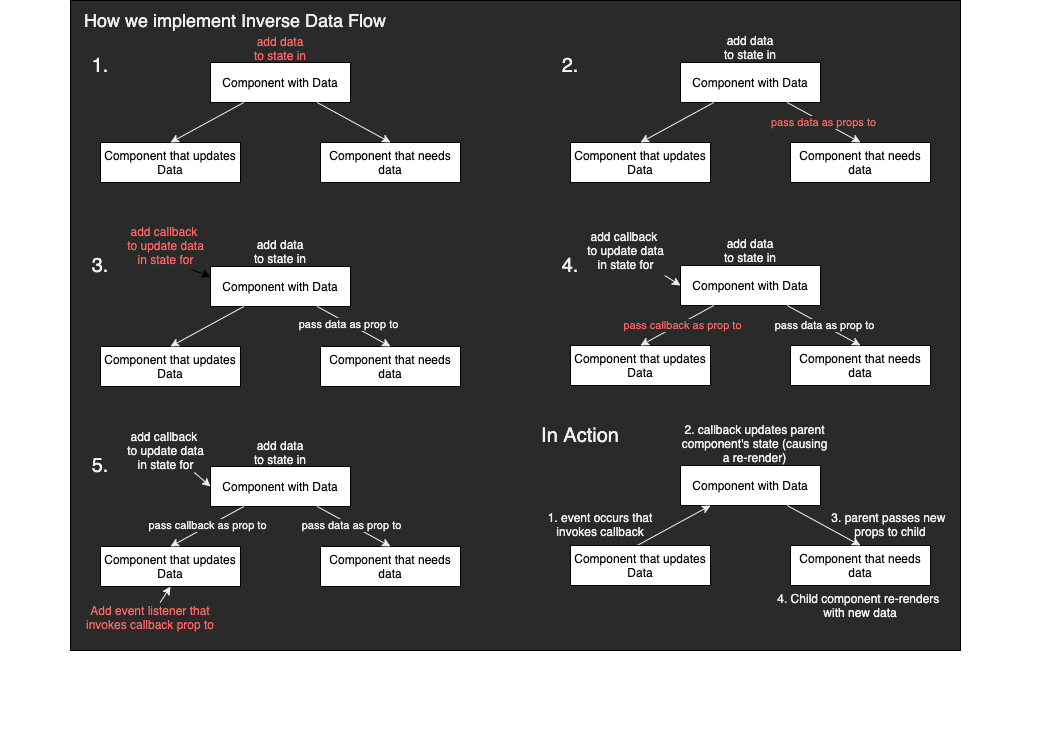
learn-co-students/SENG-LIVE-013122-phase-2 keeps this draw.io diagram as assets/react-inverse-data-flow-diagram.png. Above is the earlier version. Source tidied: cells renumbered, new cells last; positions are measured from the earlier drawing's top-left corner, leaving out a move shared by most shapes. Its diagram source:
```xml
<mxGraphModel>
  <root>
    <mxCell id="0" />
    <mxCell id="1" value="Beneath" parent="0" />
    <mxCell id="2" style="rounded=0;whiteSpace=wrap;html=1;fontSize=22;fillColor=#2A2A2A;" parent="1" vertex="1">
      <mxGeometry x="70" width="890" height="650" as="geometry" />
    </mxCell>
    <mxCell id="3" style="edgeStyle=none;html=1;fontColor=#FF6666;entryX=0;entryY=0.5;entryDx=0;entryDy=0;strokeColor=#F0F0F0;" parent="1" edge="1" target="52">
      <mxGeometry relative="1" as="geometry">
        <mxPoint x="193.8" y="472" as="sourcePoint" />
      </mxGeometry>
    </mxCell>
    <mxCell id="4" value="&lt;font color=&quot;#f0f0f0&quot;&gt;How we implement Inverse Data Flow&lt;/font&gt;" style="text;html=1;strokeColor=none;fillColor=none;align=center;verticalAlign=middle;whiteSpace=wrap;rounded=0;fontSize=18;fontColor=#000000;" parent="1" vertex="1">
      <mxGeometry x="80" y="5" width="310" height="30" as="geometry" />
    </mxCell>
    <mxCell id="5" value="Add event listener that invokes callback prop to" style="text;html=1;strokeColor=none;fillColor=none;align=center;verticalAlign=middle;whiteSpace=wrap;rounded=0;fontColor=#FF6666;" parent="1" vertex="1">
      <mxGeometry x="80" y="602" width="140" height="30" as="geometry" />
    </mxCell>
    <mxCell id="6" style="edgeStyle=none;html=1;fontColor=#FF6666;entryX=0.5;entryY=1;entryDx=0;entryDy=0;strokeColor=#F0F0F0;" parent="1" edge="1" source="5" target="53">
      <mxGeometry relative="1" as="geometry" />
    </mxCell>
    <mxCell id="7" value="&lt;font style=&quot;font-size: 12px&quot;&gt;4. Child component re-renders &lt;br&gt;with new data&lt;/font&gt;" style="text;html=1;strokeColor=none;fillColor=none;align=center;verticalAlign=middle;whiteSpace=wrap;rounded=0;fontColor=#F0F0F0;" parent="1" vertex="1">
      <mxGeometry x="770" y="590" width="180" height="30" as="geometry" />
    </mxCell>
    <mxCell id="8" parent="0" />
    <mxCell id="9" style="group;" parent="8" vertex="1">
      <mxGeometry x="245" y="40" width="715" height="690" as="geometry" />
    </mxCell>
    <mxCell id="10" style="group;" parent="9" vertex="1">
      <mxGeometry x="-145" y="22" width="360" height="120" as="geometry" />
    </mxCell>
    <mxCell id="11" value="Component with Data" style="rounded=0;whiteSpace=wrap;html=1;" parent="10" vertex="1">
      <mxGeometry x="110" width="140" height="40" as="geometry" />
    </mxCell>
    <mxCell id="12" value="Component that updates Data" style="rounded=0;whiteSpace=wrap;html=1;" parent="10" vertex="1">
      <mxGeometry y="80" width="140" height="40" as="geometry" />
    </mxCell>
    <mxCell id="13" style="edgeStyle=none;html=1;entryX=0.5;entryY=0;entryDx=0;entryDy=0;strokeColor=#F0F0F0;" parent="10" edge="1" source="11" target="12">
      <mxGeometry relative="1" as="geometry" />
    </mxCell>
    <mxCell id="14" value="Component that needs data" style="rounded=0;whiteSpace=wrap;html=1;" parent="10" vertex="1">
      <mxGeometry x="220" y="80" width="140" height="40" as="geometry" />
    </mxCell>
    <mxCell id="15" style="edgeStyle=none;html=1;entryX=0.5;entryY=0;entryDx=0;entryDy=0;strokeColor=#F0F0F0;" parent="10" edge="1" source="11" target="14">
      <mxGeometry relative="1" as="geometry" />
    </mxCell>
    <mxCell id="16" style="group;" parent="9" vertex="1">
      <mxGeometry x="225" y="-8" width="560" height="150" as="geometry" />
    </mxCell>
    <mxCell id="17" style="group;" parent="16" vertex="1">
      <mxGeometry y="30" width="560" height="120" as="geometry" />
    </mxCell>
    <mxCell id="18" value="Component with Data" style="rounded=0;whiteSpace=wrap;html=1;" parent="17" vertex="1">
      <mxGeometry x="210" width="140" height="40" as="geometry" />
    </mxCell>
    <mxCell id="19" value="Component that updates Data" style="rounded=0;whiteSpace=wrap;html=1;" parent="17" vertex="1">
      <mxGeometry x="100" y="80" width="140" height="40" as="geometry" />
    </mxCell>
    <mxCell id="20" style="edgeStyle=none;html=1;entryX=0.5;entryY=0;entryDx=0;entryDy=0;strokeColor=#F0F0F0;" parent="17" edge="1" source="18" target="19">
      <mxGeometry relative="1" as="geometry" />
    </mxCell>
    <mxCell id="21" value="Component that needs data" style="rounded=0;whiteSpace=wrap;html=1;" parent="17" vertex="1">
      <mxGeometry x="320" y="80" width="140" height="40" as="geometry" />
    </mxCell>
    <mxCell id="22" value="&lt;font color=&quot;#ff6666&quot; style=&quot;background-color: rgb(42 , 42 , 42)&quot;&gt;pass data as props to&lt;/font&gt;" style="edgeStyle=none;html=1;entryX=0.5;entryY=0;entryDx=0;entryDy=0;strokeColor=#F0F0F0;" parent="17" edge="1" source="18" target="21">
      <mxGeometry relative="1" as="geometry" />
    </mxCell>
    <mxCell id="23" value="&lt;font color=&quot;#f0f0f0&quot;&gt;add data to state in&lt;/font&gt;" style="text;html=1;align=center;verticalAlign=middle;whiteSpace=wrap;rounded=0;fontColor=#FF6666;" parent="16" vertex="1">
      <mxGeometry x="250" width="60" height="30" as="geometry" />
    </mxCell>
    <mxCell id="24" style="edgeStyle=none;html=1;" parent="16" edge="1" source="18" target="23">
      <mxGeometry relative="1" as="geometry" />
    </mxCell>
    <mxCell id="25" style="group;" parent="9" vertex="1">
      <mxGeometry x="-245" y="196" width="560" height="150" as="geometry" />
    </mxCell>
    <mxCell id="26" style="group;" parent="25" vertex="1">
      <mxGeometry y="30" width="560" height="120" as="geometry" />
    </mxCell>
    <mxCell id="27" value="Component with Data" style="rounded=0;whiteSpace=wrap;html=1;" parent="26" vertex="1">
      <mxGeometry x="210" width="140" height="40" as="geometry" />
    </mxCell>
    <mxCell id="28" value="Component that updates Data" style="rounded=0;whiteSpace=wrap;html=1;" parent="26" vertex="1">
      <mxGeometry x="100" y="80" width="140" height="40" as="geometry" />
    </mxCell>
    <mxCell id="29" style="edgeStyle=none;html=1;entryX=0.5;entryY=0;entryDx=0;entryDy=0;strokeColor=#F0F0F0;" parent="26" edge="1" source="27" target="28">
      <mxGeometry relative="1" as="geometry" />
    </mxCell>
    <mxCell id="30" value="Component that needs data" style="rounded=0;whiteSpace=wrap;html=1;" parent="26" vertex="1">
      <mxGeometry x="320" y="80" width="140" height="40" as="geometry" />
    </mxCell>
    <mxCell id="31" style="edgeStyle=none;html=1;entryX=0.5;entryY=0;entryDx=0;entryDy=0;strokeColor=#F0F0F0;" parent="26" edge="1" source="27" target="30">
      <mxGeometry relative="1" as="geometry" />
    </mxCell>
    <mxCell id="32" value="&lt;font color=&quot;#f0f0f0&quot; style=&quot;background-color: rgb(42 , 42 , 42)&quot;&gt;pass data as prop to&lt;/font&gt;" style="edgeLabel;html=1;align=center;verticalAlign=middle;fontColor=#FF6666;" parent="31" vertex="1">
      <mxGeometry x="-0.16" relative="1" as="geometry">
        <mxPoint y="1" as="offset" />
      </mxGeometry>
    </mxCell>
    <mxCell id="33" value="add callback &lt;br&gt;to update data&lt;br&gt;in state for" style="text;html=1;align=center;verticalAlign=middle;points=[];strokeColor=none;fillColor=none;fontColor=#FF6666;" parent="26" vertex="1">
      <mxGeometry x="120" y="-46" width="90" height="50" as="geometry" />
    </mxCell>
    <mxCell id="34" style="endArrow=classic;html=1;fontColor=#FF6666;exitX=0.79;exitY=0.982;exitDx=0;exitDy=0;exitPerimeter=0;entryX=0;entryY=0.25;entryDx=0;entryDy=0;" parent="26" edge="1" source="33" target="27">
      <mxGeometry relative="1" as="geometry" />
    </mxCell>
    <mxCell id="35" style="edgeStyle=none;html=1;" parent="25" edge="1" source="27">
      <mxGeometry relative="1" as="geometry">
        <mxPoint x="280" y="30" as="targetPoint" />
      </mxGeometry>
    </mxCell>
    <mxCell id="36" style="group;" parent="9" vertex="1">
      <mxGeometry x="225" y="195" width="560" height="150" as="geometry" />
    </mxCell>
    <mxCell id="37" style="group;" parent="36" vertex="1">
      <mxGeometry y="-10" width="560" height="160" as="geometry" />
    </mxCell>
    <mxCell id="38" style="group;" parent="37" vertex="1">
      <mxGeometry y="40" width="560" height="120" as="geometry" />
    </mxCell>
    <mxCell id="39" value="Component with Data" style="rounded=0;whiteSpace=wrap;html=1;" parent="38" vertex="1">
      <mxGeometry x="210" width="140" height="40" as="geometry" />
    </mxCell>
    <mxCell id="40" value="Component that updates Data" style="rounded=0;whiteSpace=wrap;html=1;" parent="38" vertex="1">
      <mxGeometry x="100" y="80" width="140" height="40" as="geometry" />
    </mxCell>
    <mxCell id="41" style="edgeStyle=none;html=1;entryX=0.5;entryY=0;entryDx=0;entryDy=0;strokeColor=#F0F0F0;" parent="38" edge="1" source="39" target="40">
      <mxGeometry relative="1" as="geometry" />
    </mxCell>
    <mxCell id="42" value="&lt;font color=&quot;#ff6666&quot; style=&quot;background-color: rgb(42 , 42 , 42)&quot;&gt;pass callback as prop to&lt;/font&gt;" style="edgeLabel;html=1;align=center;verticalAlign=middle;fontColor=#F0F0F0;" parent="41" vertex="1">
      <mxGeometry x="-0.07" y="-1" relative="1" as="geometry">
        <mxPoint x="2" y="2" as="offset" />
      </mxGeometry>
    </mxCell>
    <mxCell id="43" value="Component that needs data" style="rounded=0;whiteSpace=wrap;html=1;" parent="38" vertex="1">
      <mxGeometry x="320" y="80" width="140" height="40" as="geometry" />
    </mxCell>
    <mxCell id="44" style="edgeStyle=none;html=1;entryX=0.5;entryY=0;entryDx=0;entryDy=0;strokeColor=#F0F0F0;" parent="38" edge="1" source="39" target="43">
      <mxGeometry relative="1" as="geometry" />
    </mxCell>
    <mxCell id="45" value="pass data as prop to" style="edgeLabel;html=1;align=center;verticalAlign=middle;fontSize=11;fontColor=#F0F0F0;labelBackgroundColor=#2A2A2A;" parent="44" vertex="1">
      <mxGeometry x="-0.01" y="1" relative="1" as="geometry" />
    </mxCell>
    <mxCell id="46" style="edgeStyle=none;html=1;fontColor=#FF6666;entryX=0;entryY=0.5;entryDx=0;entryDy=0;strokeColor=#F0F0F0;" parent="37" edge="1" source="47" target="39">
      <mxGeometry relative="1" as="geometry" />
    </mxCell>
    <mxCell id="47" value="&lt;font color=&quot;#f0f0f0&quot;&gt;add callback &lt;br&gt;to update data&lt;br&gt;in state for&lt;/font&gt;" style="text;html=1;align=center;verticalAlign=middle;points=[];strokeColor=none;fillColor=none;fontColor=#FF6666;" parent="37" vertex="1">
      <mxGeometry x="110" width="90" height="50" as="geometry" />
    </mxCell>
    <mxCell id="48" style="edgeStyle=none;html=1;" parent="37" edge="1" source="39">
      <mxGeometry relative="1" as="geometry">
        <mxPoint x="280" y="40" as="targetPoint" />
      </mxGeometry>
    </mxCell>
    <mxCell id="49" value="&lt;font color=&quot;#f0f0f0&quot;&gt;add callback &lt;br&gt;to update data&lt;br&gt;in state for&lt;/font&gt;" style="text;html=1;align=center;verticalAlign=middle;strokeColor=none;fillColor=none;fontColor=#FF6666;" parent="37" vertex="1">
      <mxGeometry x="-350" y="200" width="90" height="50" as="geometry" />
    </mxCell>
    <mxCell id="50" style="group;" parent="9" vertex="1">
      <mxGeometry x="-215" y="396" width="560" height="150" as="geometry" />
    </mxCell>
    <mxCell id="51" style="group;" parent="50" vertex="1">
      <mxGeometry y="30" width="560" height="120" as="geometry" />
    </mxCell>
    <mxCell id="52" value="Component with Data" style="rounded=0;whiteSpace=wrap;html=1;" parent="51" vertex="1">
      <mxGeometry x="180" width="140" height="40" as="geometry" />
    </mxCell>
    <mxCell id="53" value="Component that updates Data" style="rounded=0;whiteSpace=wrap;html=1;" parent="51" vertex="1">
      <mxGeometry x="70" y="80" width="140" height="40" as="geometry" />
    </mxCell>
    <mxCell id="54" style="edgeStyle=none;html=1;entryX=0.5;entryY=0;entryDx=0;entryDy=0;strokeColor=#F0F0F0;" parent="51" edge="1" source="52" target="53">
      <mxGeometry relative="1" as="geometry" />
    </mxCell>
    <mxCell id="55" value="&lt;font color=&quot;#f0f0f0&quot;&gt;pass callback as prop to&lt;/font&gt;" style="edgeLabel;html=1;align=center;verticalAlign=middle;fontColor=#FF6666;labelBackgroundColor=#2A2A2A;" parent="54" vertex="1">
      <mxGeometry x="-0.09" y="-3" relative="1" as="geometry">
        <mxPoint x="-3" y="3" as="offset" />
      </mxGeometry>
    </mxCell>
    <mxCell id="56" value="Component that needs data" style="rounded=0;whiteSpace=wrap;html=1;" parent="51" vertex="1">
      <mxGeometry x="290" y="80" width="140" height="40" as="geometry" />
    </mxCell>
    <mxCell id="57" style="edgeStyle=none;html=1;entryX=0.5;entryY=0;entryDx=0;entryDy=0;strokeColor=#F0F0F0;" parent="51" edge="1" source="52" target="56">
      <mxGeometry relative="1" as="geometry" />
    </mxCell>
    <mxCell id="58" value="&lt;font style=&quot;font-size: 11px;&quot;&gt;pass data as prop to&lt;/font&gt;" style="edgeLabel;html=1;align=center;verticalAlign=middle;fontSize=11;fontColor=#F0F0F0;labelBackgroundColor=#2A2A2A;" parent="57" vertex="1">
      <mxGeometry x="-0.08" relative="1" as="geometry" />
    </mxCell>
    <mxCell id="59" style="edgeStyle=none;html=1;" parent="50" edge="1" source="52">
      <mxGeometry relative="1" as="geometry">
        <mxPoint x="250" y="30" as="targetPoint" />
      </mxGeometry>
    </mxCell>
    <mxCell id="60" style="group;" parent="9" vertex="1">
      <mxGeometry x="255" y="395" width="560" height="150" as="geometry" />
    </mxCell>
    <mxCell id="61" style="group;" parent="60" vertex="1">
      <mxGeometry y="30" width="560" height="120" as="geometry" />
    </mxCell>
    <mxCell id="62" value="Component with Data" style="rounded=0;whiteSpace=wrap;html=1;" parent="61" vertex="1">
      <mxGeometry x="180" width="140" height="40" as="geometry" />
    </mxCell>
    <mxCell id="63" style="edgeStyle=none;html=1;fontColor=#F0F0F0;entryX=0.5;entryY=1;entryDx=0;entryDy=0;strokeColor=#F0F0F0;" parent="61" edge="1">
      <mxGeometry relative="1" as="geometry">
        <mxPoint x="136.7" y="80" as="sourcePoint" />
        <mxPoint x="210" y="40" as="targetPoint" />
      </mxGeometry>
    </mxCell>
    <mxCell id="64" value="Component that updates Data" style="rounded=0;whiteSpace=wrap;html=1;" parent="61" vertex="1">
      <mxGeometry x="70" y="80" width="140" height="40" as="geometry" />
    </mxCell>
    <mxCell id="65" value="Component that needs data" style="rounded=0;whiteSpace=wrap;html=1;" parent="61" vertex="1">
      <mxGeometry x="290" y="80" width="140" height="40" as="geometry" />
    </mxCell>
    <mxCell id="66" style="edgeStyle=none;html=1;entryX=0.5;entryY=0;entryDx=0;entryDy=0;strokeColor=#F0F0F0;" parent="61" edge="1" source="62" target="65">
      <mxGeometry relative="1" as="geometry" />
    </mxCell>
    <mxCell id="67" style="edgeStyle=none;html=1;" parent="60" edge="1" source="62">
      <mxGeometry relative="1" as="geometry">
        <mxPoint x="250" y="30" as="targetPoint" />
      </mxGeometry>
    </mxCell>
    <mxCell id="68" value="add data to state in" style="text;html=1;align=center;verticalAlign=middle;whiteSpace=wrap;rounded=0;fontColor=#FF6666;" parent="9" vertex="1">
      <mxGeometry x="5" y="-7" width="60" height="30" as="geometry" />
    </mxCell>
    <mxCell id="69" value="&lt;font color=&quot;#f0f0f0&quot;&gt;add data to state in&lt;/font&gt;" style="text;html=1;align=center;verticalAlign=middle;whiteSpace=wrap;rounded=0;fontColor=#FF6666;" parent="9" vertex="1">
      <mxGeometry x="5" y="397" width="60" height="30" as="geometry" />
    </mxCell>
    <mxCell id="70" value="&lt;font color=&quot;#f0f0f0&quot;&gt;add data to state in&lt;/font&gt;" style="text;html=1;align=center;verticalAlign=middle;whiteSpace=wrap;rounded=0;fontColor=#FF6666;" parent="9" vertex="1">
      <mxGeometry x="475" y="195" width="60" height="30" as="geometry" />
    </mxCell>
    <mxCell id="71" value="&lt;font color=&quot;#f0f0f0&quot;&gt;add data to state in&lt;/font&gt;" style="text;html=1;align=center;verticalAlign=middle;whiteSpace=wrap;rounded=0;fontColor=#FF6666;" parent="9" vertex="1">
      <mxGeometry x="5" y="196" width="60" height="30" as="geometry" />
    </mxCell>
    <mxCell id="72" value="&lt;font color=&quot;#f0f0f0&quot;&gt;3. parent passes new &lt;br&gt;props to child&lt;/font&gt;" style="text;html=1;align=center;verticalAlign=middle;whiteSpace=wrap;rounded=0;fontColor=#FF6666;" parent="9" vertex="1">
      <mxGeometry x="580" y="469" width="130" height="30" as="geometry" />
    </mxCell>
    <mxCell id="73" value="&lt;font color=&quot;#f0f0f0&quot;&gt;1. event occurs that &lt;br&gt;invokes callback&lt;/font&gt;" style="text;html=1;align=center;verticalAlign=middle;whiteSpace=wrap;rounded=0;fontColor=#FF6666;" parent="9" vertex="1">
      <mxGeometry x="300" y="469" width="110" height="30" as="geometry" />
    </mxCell>
    <mxCell id="74" value="&lt;font color=&quot;#f0f0f0&quot;&gt;2. callback updates parent component's state (causing a re-render)&lt;/font&gt;" style="text;html=1;align=center;verticalAlign=middle;whiteSpace=wrap;rounded=0;fontColor=#FF6666;" parent="9" vertex="1">
      <mxGeometry x="432" y="378" width="155" height="50" as="geometry" />
    </mxCell>
    <mxCell id="75" value="&lt;font style=&quot;font-size: 20px&quot;&gt;2.&lt;/font&gt;" style="text;html=1;strokeColor=none;fillColor=none;align=center;verticalAlign=middle;whiteSpace=wrap;rounded=0;labelBackgroundColor=#2A2A2A;fontSize=11;fontColor=#F0F0F0;" parent="8" vertex="1">
      <mxGeometry x="540" y="50" width="60" height="30" as="geometry" />
    </mxCell>
    <mxCell id="76" value="&lt;font style=&quot;font-size: 20px&quot;&gt;1.&lt;/font&gt;" style="text;html=1;strokeColor=none;fillColor=none;align=center;verticalAlign=middle;whiteSpace=wrap;rounded=0;labelBackgroundColor=#2A2A2A;fontSize=11;fontColor=#F0F0F0;" parent="8" vertex="1">
      <mxGeometry x="70" y="50" width="60" height="30" as="geometry" />
    </mxCell>
    <mxCell id="77" value="&lt;font style=&quot;font-size: 20px&quot;&gt;5.&lt;/font&gt;" style="text;html=1;strokeColor=none;fillColor=none;align=center;verticalAlign=middle;whiteSpace=wrap;rounded=0;labelBackgroundColor=#2A2A2A;fontSize=11;fontColor=#F0F0F0;" parent="8" vertex="1">
      <mxGeometry x="70" y="450" width="60" height="30" as="geometry" />
    </mxCell>
    <mxCell id="78" value="&lt;font style=&quot;font-size: 20px&quot;&gt;4.&lt;/font&gt;" style="text;html=1;strokeColor=none;fillColor=none;align=center;verticalAlign=middle;whiteSpace=wrap;rounded=0;labelBackgroundColor=#2A2A2A;fontSize=11;fontColor=#F0F0F0;" parent="8" vertex="1">
      <mxGeometry x="540" y="250" width="60" height="30" as="geometry" />
    </mxCell>
    <mxCell id="79" value="&lt;font style=&quot;font-size: 20px&quot;&gt;3.&lt;/font&gt;" style="text;html=1;strokeColor=none;fillColor=none;align=center;verticalAlign=middle;whiteSpace=wrap;rounded=0;labelBackgroundColor=#2A2A2A;fontSize=11;fontColor=#F0F0F0;" parent="8" vertex="1">
      <mxGeometry x="70" y="250" width="60" height="30" as="geometry" />
    </mxCell>
    <mxCell id="80" value="&lt;font style=&quot;font-size: 20px&quot;&gt;In Action&lt;/font&gt;" style="text;html=1;strokeColor=none;fillColor=none;align=center;verticalAlign=middle;whiteSpace=wrap;rounded=0;labelBackgroundColor=#2A2A2A;fontSize=11;fontColor=#F0F0F0;" parent="8" vertex="1">
      <mxGeometry x="540" y="420" width="80" height="30" as="geometry" />
    </mxCell>
  </root>
</mxGraphModel>
```
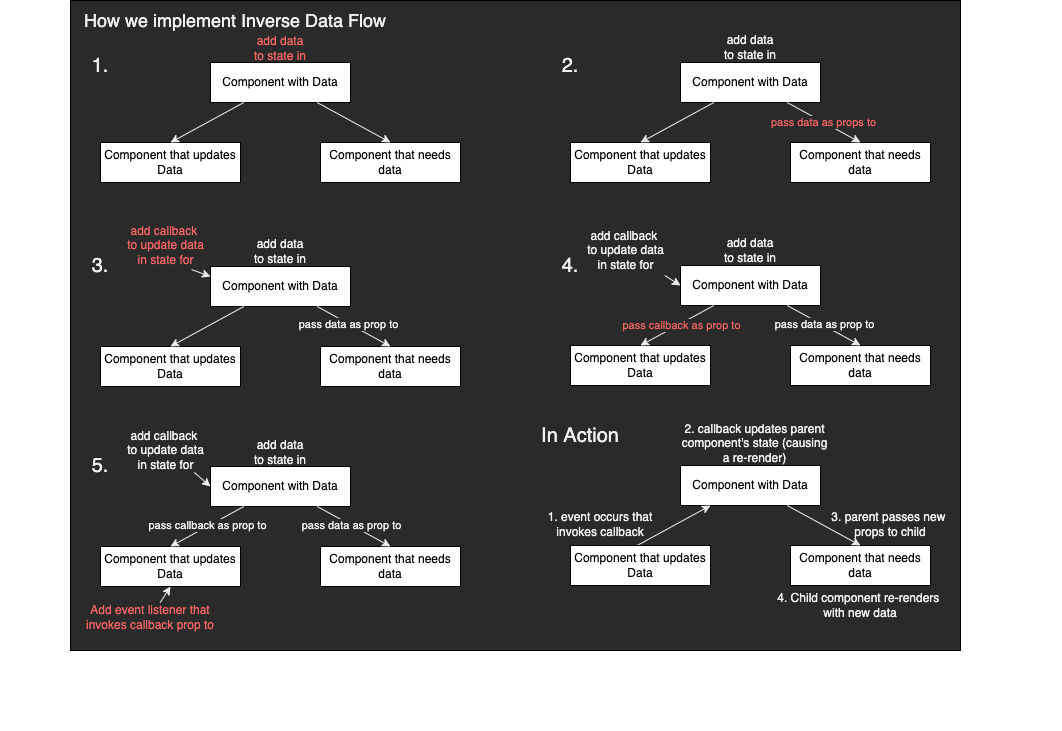
After the commit.

The edit, as a diff of the source:
```diff
@@ -100,7 +100,7 @@
     <mxCell id="33" value="add callback &lt;br&gt;to update data&lt;br&gt;in state for" style="text;html=1;align=center;verticalAlign=middle;points=[];strokeColor=none;fillColor=none;fontColor=#FF6666;" parent="26" vertex="1">
       <mxGeometry x="120" y="-46" width="90" height="50" as="geometry" />
     </mxCell>
-    <mxCell id="34" style="endArrow=classic;html=1;fontColor=#FF6666;exitX=0.79;exitY=0.982;exitDx=0;exitDy=0;exitPerimeter=0;entryX=0;entryY=0.25;entryDx=0;entryDy=0;" parent="26" edge="1" source="33" target="27">
+    <mxCell id="34" style="endArrow=classic;html=1;fontColor=#FF6666;exitX=0.79;exitY=0.982;exitDx=0;exitDy=0;exitPerimeter=0;entryX=0;entryY=0.25;entryDx=0;entryDy=0;strokeColor=#F0F0F0;" parent="26" edge="1" source="33" target="27">
       <mxGeometry relative="1" as="geometry" />
     </mxCell>
     <mxCell id="35" style="edgeStyle=none;html=1;" parent="25" edge="1" source="27">
```
